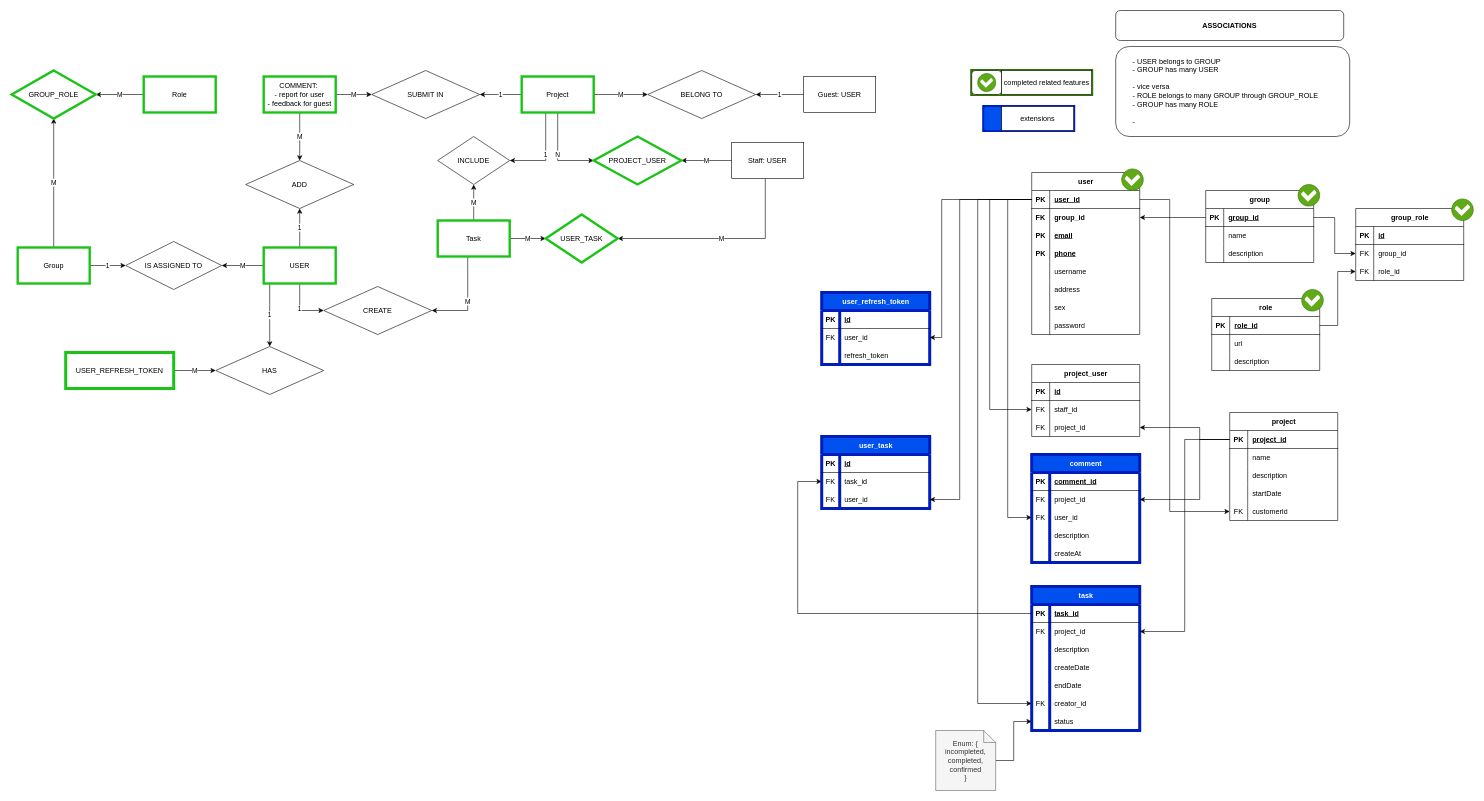
This is _docs/mibusiness.drawio from ngvihoa/mibusiness, a draw.io file, before an edit. Source tidied: cells renumbered, new cells numbered last; positions are measured from the earlier drawing's top-left corner, leaving out a move shared by most shapes. Both pictures are drawn from the tidied source at 60%, with x=0, y=0 at pixel (11, 10).
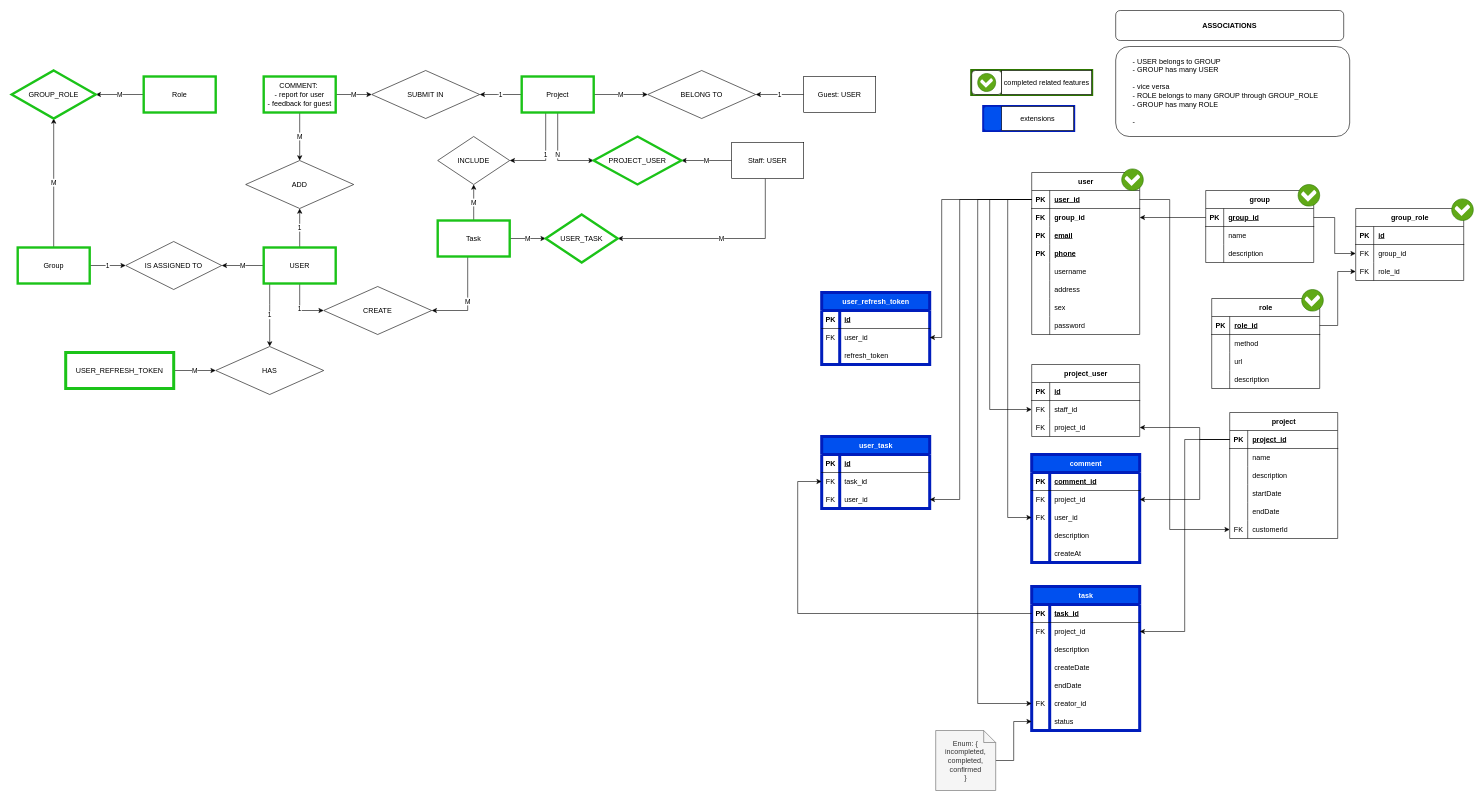
The same diagram, later.

Commit message (it also covers changes not shown here):
note(docs): take some note

The change refers to these unchanged cells:
```xml
<mxCell id="18" style="shape=tableRow;horizontal=0;startSize=0;swimlaneHead=0;swimlaneBody=0;fillColor=none;points=[[0,0.5],[1,0.5]];portConstraint=eastwest;top=0;left=0;right=0;bottom=1;" parent="17" vertex="1">
  <mxGeometry y="30" width="180" height="30" as="geometry" />
</mxCell>
<mxCell id="53" style="shape=tableRow;horizontal=0;startSize=0;swimlaneHead=0;swimlaneBody=0;fillColor=none;top=0;left=0;right=0;bottom=0;" parent="49" vertex="1">
  <mxGeometry y="60" width="180" height="30" as="geometry" />
</mxCell>
```

Change to the diagram source:
```diff
@@
     <mxCell id="49" value="role" style="shape=table;startSize=30;childLayout=tableLayout;rowLines=0;fontStyle=1;align=center;html=1;" parent="1" vertex="1">
-      <mxGeometry x="2000" y="480" width="180" height="120" as="geometry" />
+      <mxGeometry x="2000" y="480" width="180" height="150" as="geometry" />
     </mxCell>
@@
-    <mxCell id="55" value="url" style="shape=partialRectangle;fillColor=none;top=0;left=0;bottom=0;right=0;align=left;spacingLeft=6;overflow=hidden;whiteSpace=wrap;html=1;" parent="53" vertex="1">
+    <mxCell id="55" value="method" style="shape=partialRectangle;fillColor=none;top=0;left=0;bottom=0;right=0;align=left;spacingLeft=6;overflow=hidden;whiteSpace=wrap;html=1;" parent="53" vertex="1">
       <mxGeometry x="30" width="150" height="30" as="geometry" />
     </mxCell>
+    <mxCell id="208" style="shape=tableRow;horizontal=0;startSize=0;swimlaneHead=0;swimlaneBody=0;fillColor=none;top=0;left=0;right=0;bottom=0;" parent="49" vertex="1">
+      <mxGeometry y="90" width="180" height="30" as="geometry" />
+    </mxCell>
+    <mxCell id="209" style="shape=partialRectangle;fillColor=none;top=0;left=0;bottom=0;right=0;overflow=hidden;whiteSpace=wrap;html=1;" parent="208" vertex="1">
+      <mxGeometry width="30" height="30" as="geometry" />
+    </mxCell>
+    <mxCell id="210" value="url" style="shape=partialRectangle;fillColor=none;top=0;left=0;bottom=0;right=0;align=left;spacingLeft=6;overflow=hidden;whiteSpace=wrap;html=1;" parent="208" vertex="1">
+      <mxGeometry x="30" width="150" height="30" as="geometry" />
+    </mxCell>
     <mxCell id="56" style="shape=tableRow;horizontal=0;startSize=0;swimlaneHead=0;swimlaneBody=0;fillColor=none;top=0;left=0;right=0;bottom=0;" parent="49" vertex="1">
-      <mxGeometry y="90" width="180" height="30" as="geometry" />
+      <mxGeometry y="120" width="180" height="30" as="geometry" />
     </mxCell>
@@
     <mxCell id="82" value="project" style="shape=table;startSize=30;childLayout=tableLayout;rowLines=0;fontStyle=1;align=center;html=1;" parent="1" vertex="1">
-      <mxGeometry x="2030" y="670" width="180" height="180" as="geometry" />
+      <mxGeometry x="2030" y="670" width="180" height="210" as="geometry" />
     </mxCell>
@@
+    <mxCell id="211" style="shape=tableRow;horizontal=0;startSize=0;swimlaneHead=0;swimlaneBody=0;fillColor=none;top=0;left=0;right=0;bottom=0;" parent="82" vertex="1">
+      <mxGeometry y="150" width="180" height="30" as="geometry" />
+    </mxCell>
+    <mxCell id="212" style="shape=partialRectangle;fillColor=none;top=0;left=0;bottom=0;right=0;overflow=hidden;whiteSpace=wrap;html=1;" parent="211" vertex="1">
+      <mxGeometry width="30" height="30" as="geometry" />
+    </mxCell>
+    <mxCell id="213" value="endDate" style="shape=partialRectangle;fillColor=none;top=0;left=0;bottom=0;right=0;align=left;spacingLeft=6;overflow=hidden;whiteSpace=wrap;html=1;" parent="211" vertex="1">
+      <mxGeometry x="30" width="150" height="30" as="geometry" />
+    </mxCell>
     <mxCell id="95" style="shape=tableRow;horizontal=0;startSize=0;swimlaneHead=0;swimlaneBody=0;fillColor=none;points=[[0,0.5],[1,0.5]];portConstraint=eastwest;top=0;left=0;right=0;bottom=0;" parent="82" vertex="1">
-      <mxGeometry y="150" width="180" height="30" as="geometry" />
+      <mxGeometry y="180" width="180" height="30" as="geometry" />
     </mxCell>
@@
     <mxCell id="110" style="edgeStyle=orthogonalEdgeStyle;rounded=0;jettySize=auto;html=1;" parent="1" edge="1" source="18" target="95">
       <mxGeometry relative="1" as="geometry">
         <Array as="points">
           <mxPoint x="1930" y="315" />
-          <mxPoint x="1930" y="835" />
+          <mxPoint x="1930" y="865" />
         </Array>
       </mxGeometry>
     </mxCell>
```
